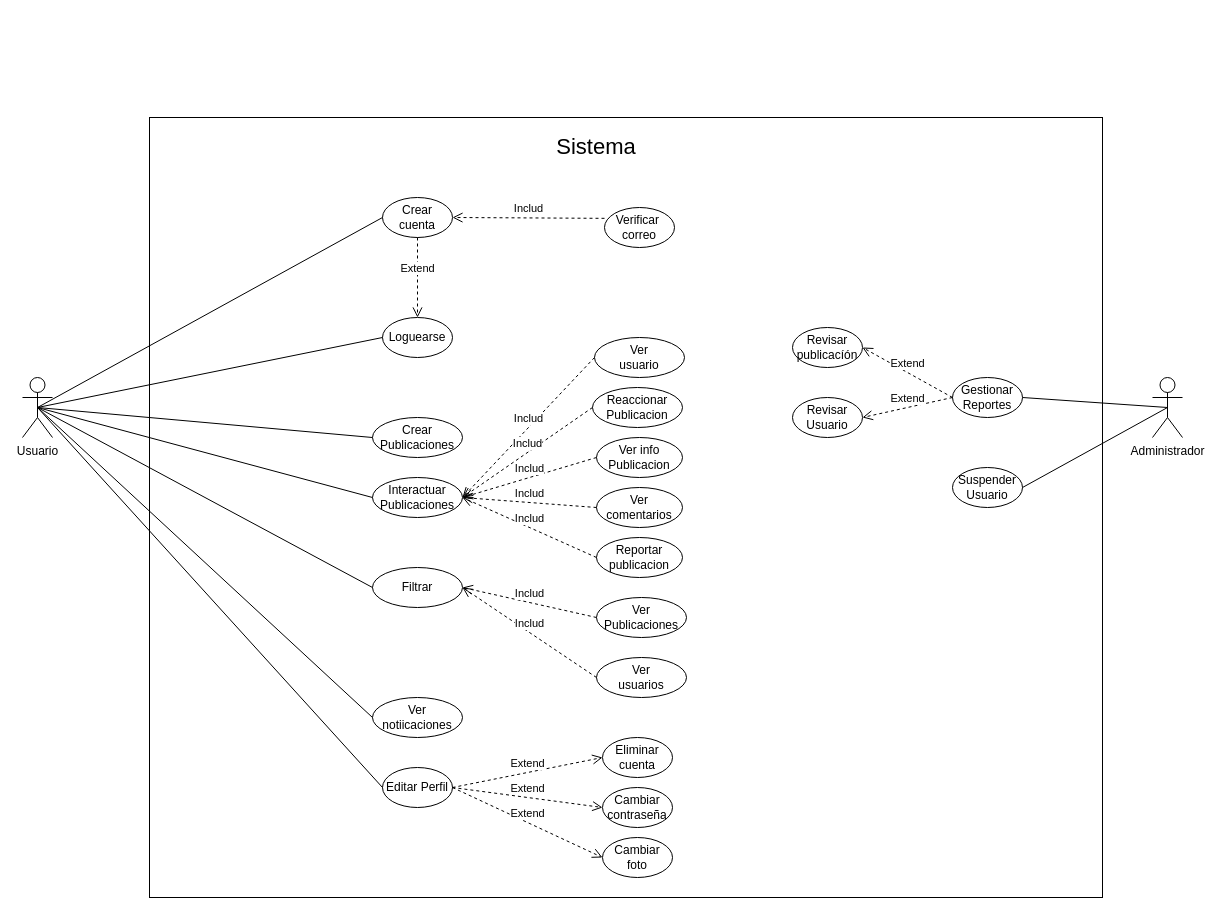
sergioromero2k/2K_CodeConfessionsLCB keeps this draw.io diagram as docs/Casos_uso_LCB.drawio. Above is the earlier version. Source tidied: cells renumbered, new cells numbered last; positions are measured from the earlier drawing's top-left corner, leaving out a move shared by most shapes. Both pictures are drawn from the tidied source at 100%, with x=0, y=0 at pixel (22, 97).
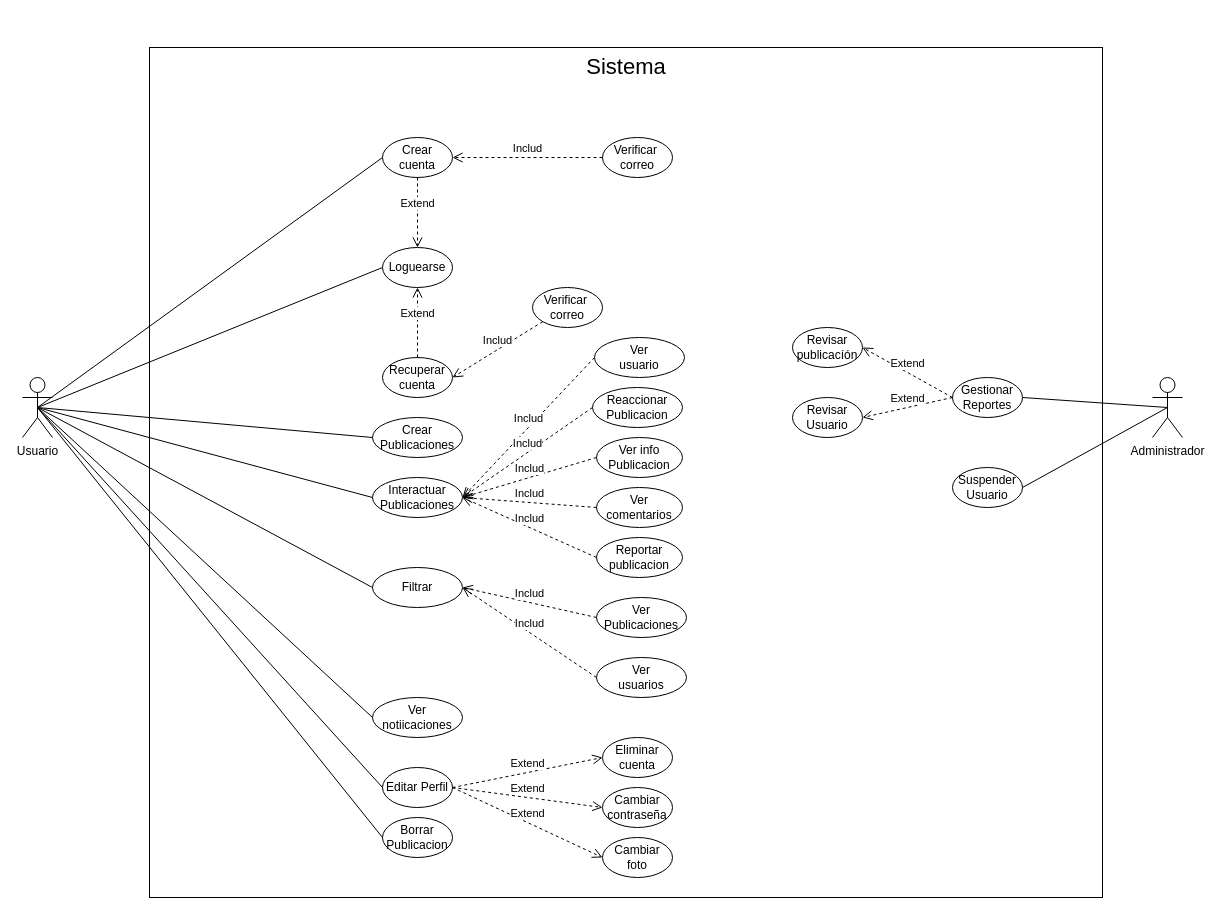
After the change.

The change refers to these unchanged cells:
```xml
<mxCell id="3" value="Usuario" style="shape=umlActor;verticalLabelPosition=bottom;verticalAlign=top;html=1;outlineConnect=0;" parent="1" vertex="1">
  <mxGeometry y="280" width="30" height="60" as="geometry" />
</mxCell>
```

What changed in the source:
```diff
@@
     <mxCell id="2" style="rounded=0;whiteSpace=wrap;html=1;" parent="1" vertex="1">
-      <mxGeometry x="127" y="20" width="953" height="780" as="geometry" />
+      <mxGeometry x="127" y="-50" width="953" height="850" as="geometry" />
     </mxCell>
@@
     <mxCell id="4" value="Crear cuenta" style="ellipse;whiteSpace=wrap;html=1;" parent="1" vertex="1">
-      <mxGeometry x="360" y="100" width="70" height="40" as="geometry" />
+      <mxGeometry x="360" y="40" width="70" height="40" as="geometry" />
     </mxCell>
     <mxCell id="5" value="Loguearse" style="ellipse;whiteSpace=wrap;html=1;" parent="1" vertex="1">
-      <mxGeometry x="360" y="220" width="70" height="40" as="geometry" />
+      <mxGeometry x="360" y="150" width="70" height="40" as="geometry" />
     </mxCell>
@@
     <mxCell id="8" value="Verificar&amp;nbsp;&lt;div&gt;correo&lt;/div&gt;" style="ellipse;whiteSpace=wrap;html=1;" parent="1" vertex="1">
-      <mxGeometry x="582" y="110" width="70" height="40" as="geometry" />
+      <mxGeometry x="580" y="40" width="70" height="40" as="geometry" />
     </mxCell>
@@
-    <mxCell id="33" value="Includ" style="html=1;verticalAlign=bottom;endArrow=open;dashed=1;endSize=8;curved=0;rounded=0;entryX=1;entryY=0.5;entryDx=0;entryDy=0;exitX=0;exitY=0.271;exitDx=0;exitDy=0;exitPerimeter=0;" parent="1" edge="1" source="8" target="4">
+    <mxCell id="33" value="Includ" style="html=1;verticalAlign=bottom;endArrow=open;dashed=1;endSize=8;curved=0;rounded=0;entryX=1;entryY=0.5;entryDx=0;entryDy=0;exitX=0;exitY=0.5;exitDx=0;exitDy=0;" parent="1" edge="1" source="8" target="4">
       <mxGeometry relative="1" as="geometry" />
     </mxCell>
@@
     <mxCell id="50" value="&lt;font style=&quot;font-size: 22px;&quot;&gt;Sistema&lt;/font&gt;" style="text;html=1;align=center;verticalAlign=middle;whiteSpace=wrap;rounded=0;" parent="1" vertex="1">
-      <mxGeometry x="484" width="180" height="100" as="geometry" />
+      <mxGeometry x="513.5" y="-80" width="180" height="100" as="geometry" />
     </mxCell>
+    <mxCell id="51" value="Borrar&lt;div&gt;Publicacion&lt;/div&gt;" style="ellipse;whiteSpace=wrap;html=1;" parent="1" vertex="1">
+      <mxGeometry x="360" y="720" width="70" height="40" as="geometry" />
+    </mxCell>
+    <mxCell id="52" style="endArrow=none;html=1;rounded=0;entryX=0.5;entryY=0.5;entryDx=0;entryDy=0;exitX=0;exitY=0.5;exitDx=0;exitDy=0;entryPerimeter=0;" parent="1" edge="1" source="51" target="3">
+      <mxGeometry relative="1" as="geometry" />
+    </mxCell>
+    <mxCell id="53" value="Recuperar cuenta" style="ellipse;whiteSpace=wrap;html=1;" parent="1" vertex="1">
+      <mxGeometry x="360" y="260" width="70" height="40" as="geometry" />
+    </mxCell>
+    <mxCell id="54" value="Verificar&amp;nbsp;&lt;div&gt;correo&lt;/div&gt;" style="ellipse;whiteSpace=wrap;html=1;" parent="1" vertex="1">
+      <mxGeometry x="510" y="190" width="70" height="40" as="geometry" />
+    </mxCell>
+    <mxCell id="55" value="Includ" style="html=1;verticalAlign=bottom;endArrow=open;dashed=1;endSize=8;curved=0;rounded=0;entryX=1;entryY=0.5;entryDx=0;entryDy=0;exitX=0;exitY=1;exitDx=0;exitDy=0;" parent="1" edge="1" source="54" target="53">
+      <mxGeometry relative="1" as="geometry" />
+    </mxCell>
+    <mxCell id="56" value="Extend" style="html=1;verticalAlign=bottom;endArrow=open;dashed=1;endSize=8;curved=0;rounded=0;entryX=0.5;entryY=1;entryDx=0;entryDy=0;exitX=0.5;exitY=0;exitDx=0;exitDy=0;" parent="1" edge="1" source="53" target="5">
+      <mxGeometry relative="1" as="geometry" />
+    </mxCell>
```
